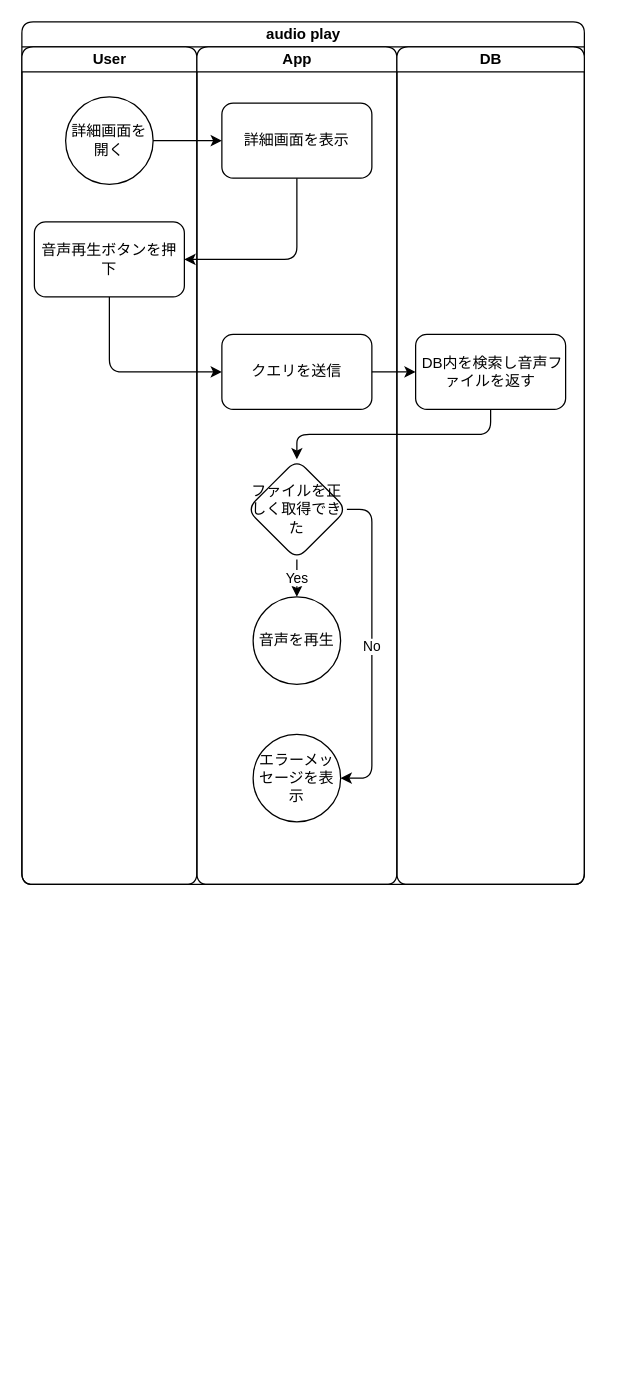
Earlier version of the draw.io diagram docs/design/audio_play_flow.drawio (HamadaStudy/EZVocab). Source tidied: cells renumbered, new cells numbered last; positions are measured from the earlier drawing's top-left corner, leaving out a move shared by most shapes. Both pictures are drawn from the tidied source at 125%, with x=0, y=0 at pixel (21, 21).
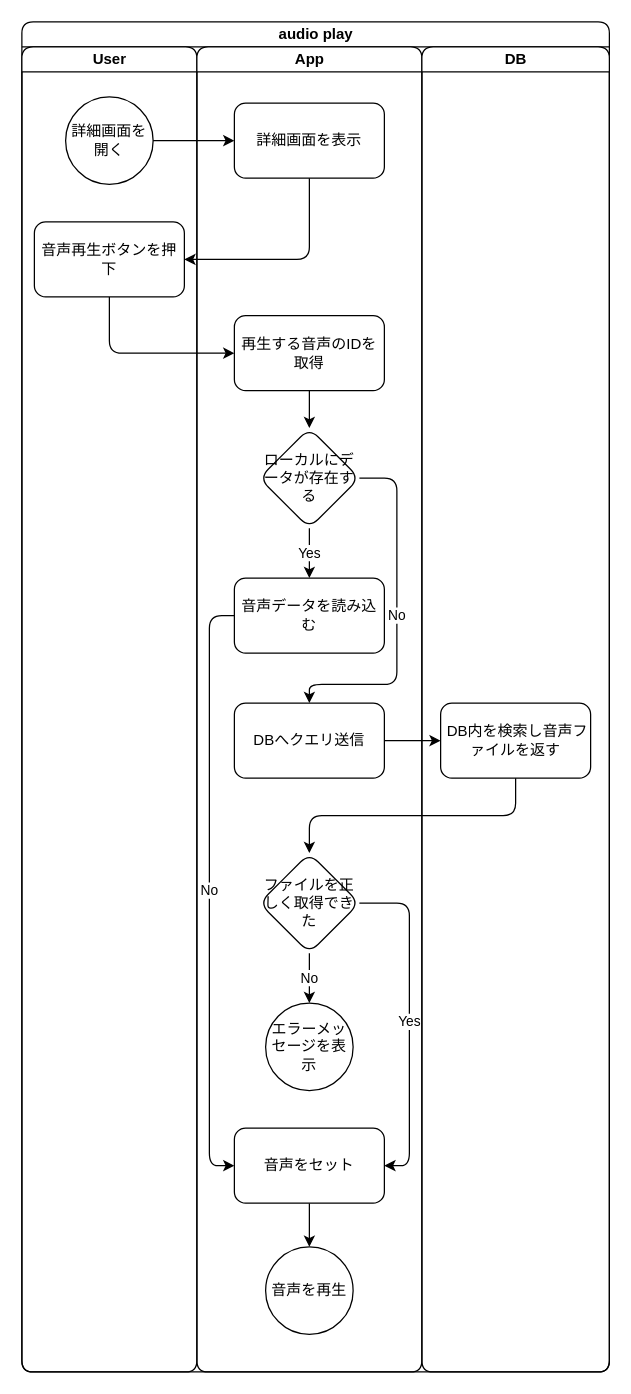
After the change.

Commit message:
audio_play_flow.drawio を更新します

The change refers to these unchanged cells:
```xml
<mxCell id="5" value="音声再生ボタンを押下" style="whiteSpace=wrap;html=1;rounded=1;" parent="3" vertex="1">
  <mxGeometry x="10" y="140" width="120" height="60" as="geometry" />
</mxCell>
```

What changed in the source:
```diff
@@
     <mxCell id="2" value="audio play" style="swimlane;startSize=20;html=1;rounded=1;" parent="1" vertex="1">
-      <mxGeometry width="450" height="690" as="geometry" />
+      <mxGeometry width="470" height="1080" as="geometry" />
     </mxCell>
     <mxCell id="3" value="User" style="swimlane;startSize=20;html=1;rounded=1;" parent="2" vertex="1">
-      <mxGeometry y="20" width="140" height="670" as="geometry" />
+      <mxGeometry y="20" width="140" height="1060" as="geometry" />
     </mxCell>
@@
     <mxCell id="6" value="App" style="swimlane;startSize=20;html=1;rounded=1;" parent="2" vertex="1">
-      <mxGeometry x="140" y="20" width="160" height="670" as="geometry" />
+      <mxGeometry x="140" y="20" width="180" height="1060" as="geometry" />
     </mxCell>
     <mxCell id="7" value="詳細画面を表示" style="whiteSpace=wrap;html=1;rounded=1;" parent="6" vertex="1">
-      <mxGeometry x="20" y="45" width="120" height="60" as="geometry" />
+      <mxGeometry x="30" y="45" width="120" height="60" as="geometry" />
     </mxCell>
-    <mxCell id="8" value="クエリを送信" style="whiteSpace=wrap;html=1;rounded=1;" parent="6" vertex="1">
-      <mxGeometry x="20" y="230" width="120" height="60" as="geometry" />
-    </mxCell>
-    <mxCell id="9" value="Yes" style="edgeStyle=orthogonalEdgeStyle;rounded=1;jettySize=auto;html=1;" parent="6" edge="1" source="11" target="12">
-      <mxGeometry relative="1" as="geometry" />
-    </mxCell>
-    <mxCell id="10" value="No" style="edgeStyle=orthogonalEdgeStyle;rounded=1;jettySize=auto;html=1;exitX=1;exitY=0.5;exitDx=0;exitDy=0;entryX=1;entryY=0.5;entryDx=0;entryDy=0;" parent="6" edge="1" source="11" target="13">
+    <mxCell id="10" value="No" style="edgeStyle=orthogonalEdgeStyle;rounded=1;jettySize=auto;html=1;exitX=0.5;exitY=1;exitDx=0;exitDy=0;" parent="6" edge="1" source="11" target="13">
       <mxGeometry relative="1" as="geometry" />
     </mxCell>
+    <mxCell id="21" value="Yes" style="edgeStyle=orthogonalEdgeStyle;rounded=1;jettySize=auto;html=1;exitX=1;exitY=0.5;exitDx=0;exitDy=0;entryX=1;entryY=0.5;entryDx=0;entryDy=0;" parent="6" edge="1" source="11" target="29">
+      <mxGeometry relative="1" as="geometry" />
+    </mxCell>
     <mxCell id="11" value="ファイルを正しく取得できた" style="rhombus;whiteSpace=wrap;html=1;rounded=1;" parent="6" vertex="1">
-      <mxGeometry x="40" y="330" width="80" height="80" as="geometry" />
+      <mxGeometry x="50" y="645" width="80" height="80" as="geometry" />
     </mxCell>
+    <mxCell id="13" value="エラーメッセージを表示" style="ellipse;whiteSpace=wrap;html=1;rounded=1;" parent="6" vertex="1">
+      <mxGeometry x="55" y="765" width="70" height="70" as="geometry" />
+    </mxCell>
+    <mxCell id="22" style="edgeStyle=orthogonalEdgeStyle;rounded=1;jettySize=auto;html=1;" parent="6" edge="1" source="23" target="26">
+      <mxGeometry relative="1" as="geometry" />
+    </mxCell>
+    <mxCell id="23" value="再生する音声のIDを取得" style="whiteSpace=wrap;html=1;rounded=1;" parent="6" vertex="1">
+      <mxGeometry x="30" y="215" width="120" height="60" as="geometry" />
+    </mxCell>
+    <mxCell id="24" value="Yes" style="edgeStyle=orthogonalEdgeStyle;rounded=1;jettySize=auto;html=1;exitX=0.5;exitY=1;exitDx=0;exitDy=0;entryX=0.5;entryY=0;entryDx=0;entryDy=0;" parent="6" edge="1" source="26" target="31">
+      <mxGeometry relative="1" as="geometry" />
+    </mxCell>
+    <mxCell id="25" value="No" style="edgeStyle=orthogonalEdgeStyle;rounded=1;jettySize=auto;html=1;exitX=1;exitY=0.5;exitDx=0;exitDy=0;entryX=0.5;entryY=0;entryDx=0;entryDy=0;" parent="6" edge="1" source="26" target="27">
+      <mxGeometry relative="1" as="geometry">
+        <Array as="points">
+          <mxPoint x="160" y="345" />
+          <mxPoint x="160" y="510" />
+          <mxPoint x="90" y="510" />
+        </Array>
+      </mxGeometry>
+    </mxCell>
+    <mxCell id="26" value="ローカルにデータが存在する" style="rhombus;whiteSpace=wrap;html=1;rounded=1;" parent="6" vertex="1">
+      <mxGeometry x="50" y="305" width="80" height="80" as="geometry" />
+    </mxCell>
+    <mxCell id="27" value="DBへクエリ送信" style="whiteSpace=wrap;html=1;rounded=1;" parent="6" vertex="1">
+      <mxGeometry x="30" y="525" width="120" height="60" as="geometry" />
+    </mxCell>
+    <mxCell id="28" style="edgeStyle=orthogonalEdgeStyle;rounded=1;jettySize=auto;html=1;" parent="6" edge="1" source="29" target="12">
+      <mxGeometry relative="1" as="geometry" />
+    </mxCell>
+    <mxCell id="29" value="音声をセット" style="whiteSpace=wrap;html=1;rounded=1;" parent="6" vertex="1">
+      <mxGeometry x="30" y="865" width="120" height="60" as="geometry" />
+    </mxCell>
+    <mxCell id="30" value="No" style="edgeStyle=orthogonalEdgeStyle;rounded=1;jettySize=auto;html=1;exitX=0;exitY=0.5;exitDx=0;exitDy=0;entryX=0;entryY=0.5;entryDx=0;entryDy=0;" parent="6" edge="1" source="31" target="29">
+      <mxGeometry relative="1" as="geometry" />
+    </mxCell>
+    <mxCell id="31" value="音声データを読み込む" style="whiteSpace=wrap;html=1;rounded=1;" parent="6" vertex="1">
+      <mxGeometry x="30" y="425" width="120" height="60" as="geometry" />
+    </mxCell>
     <mxCell id="12" value="音声を再生" style="ellipse;whiteSpace=wrap;html=1;rounded=1;" parent="6" vertex="1">
-      <mxGeometry x="45" y="440" width="70" height="70" as="geometry" />
+      <mxGeometry x="55" y="960" width="70" height="70" as="geometry" />
     </mxCell>
-    <mxCell id="13" value="エラーメッセージを表示" style="ellipse;whiteSpace=wrap;html=1;rounded=1;" parent="6" vertex="1">
-      <mxGeometry x="45" y="550" width="70" height="70" as="geometry" />
-    </mxCell>
     <mxCell id="14" value="DB" style="swimlane;startSize=20;html=1;rounded=1;" parent="2" vertex="1">
-      <mxGeometry x="300" y="20" width="150" height="670" as="geometry" />
+      <mxGeometry x="320" y="20" width="150" height="1060" as="geometry" />
     </mxCell>
     <mxCell id="15" value="&amp;nbsp;DB内を検索し音声ファイルを返す" style="whiteSpace=wrap;html=1;rounded=1;" parent="14" vertex="1">
-      <mxGeometry x="15" y="230" width="120" height="60" as="geometry" />
+      <mxGeometry x="15" y="525" width="120" height="60" as="geometry" />
     </mxCell>
+    <mxCell id="17" style="edgeStyle=orthogonalEdgeStyle;rounded=1;jettySize=auto;html=1;exitX=0.5;exitY=1;exitDx=0;exitDy=0;entryX=1;entryY=0.5;entryDx=0;entryDy=0;" parent="2" edge="1" source="7" target="5">
+      <mxGeometry relative="1" as="geometry" />
+    </mxCell>
+    <mxCell id="32" style="edgeStyle=orthogonalEdgeStyle;rounded=1;jettySize=auto;html=1;exitX=0.5;exitY=1;exitDx=0;exitDy=0;entryX=0;entryY=0.5;entryDx=0;entryDy=0;" parent="2" edge="1" source="5" target="23">
+      <mxGeometry relative="1" as="geometry" />
+    </mxCell>
+    <mxCell id="20" style="edgeStyle=orthogonalEdgeStyle;rounded=1;jettySize=auto;html=1;exitX=0.5;exitY=1;exitDx=0;exitDy=0;" parent="2" edge="1" source="15" target="11">
+      <mxGeometry relative="1" as="geometry" />
+    </mxCell>
@@
-    <mxCell id="17" style="edgeStyle=orthogonalEdgeStyle;rounded=1;jettySize=auto;html=1;exitX=0.5;exitY=1;exitDx=0;exitDy=0;entryX=1;entryY=0.5;entryDx=0;entryDy=0;" parent="2" edge="1" source="7" target="5">
-      <mxGeometry relative="1" as="geometry" />
-    </mxCell>
-    <mxCell id="18" style="edgeStyle=orthogonalEdgeStyle;rounded=1;jettySize=auto;html=1;exitX=0.5;exitY=1;exitDx=0;exitDy=0;entryX=0;entryY=0.5;entryDx=0;entryDy=0;" parent="2" edge="1" source="5" target="8">
-      <mxGeometry relative="1" as="geometry" />
-    </mxCell>
-    <mxCell id="19" style="edgeStyle=orthogonalEdgeStyle;rounded=1;jettySize=auto;html=1;" parent="2" edge="1" source="8" target="15">
-      <mxGeometry relative="1" as="geometry" />
-    </mxCell>
-    <mxCell id="20" style="edgeStyle=orthogonalEdgeStyle;rounded=1;jettySize=auto;html=1;exitX=0.5;exitY=1;exitDx=0;exitDy=0;" parent="2" edge="1" source="15" target="11">
-      <mxGeometry relative="1" as="geometry" />
-    </mxCell>
+    <mxCell id="33" style="edgeStyle=orthogonalEdgeStyle;rounded=1;jettySize=auto;html=1;exitX=1;exitY=0.5;exitDx=0;exitDy=0;entryX=0;entryY=0.5;entryDx=0;entryDy=0;" parent="2" edge="1" source="27" target="15">
+      <mxGeometry relative="1" as="geometry" />
+    </mxCell>
```
